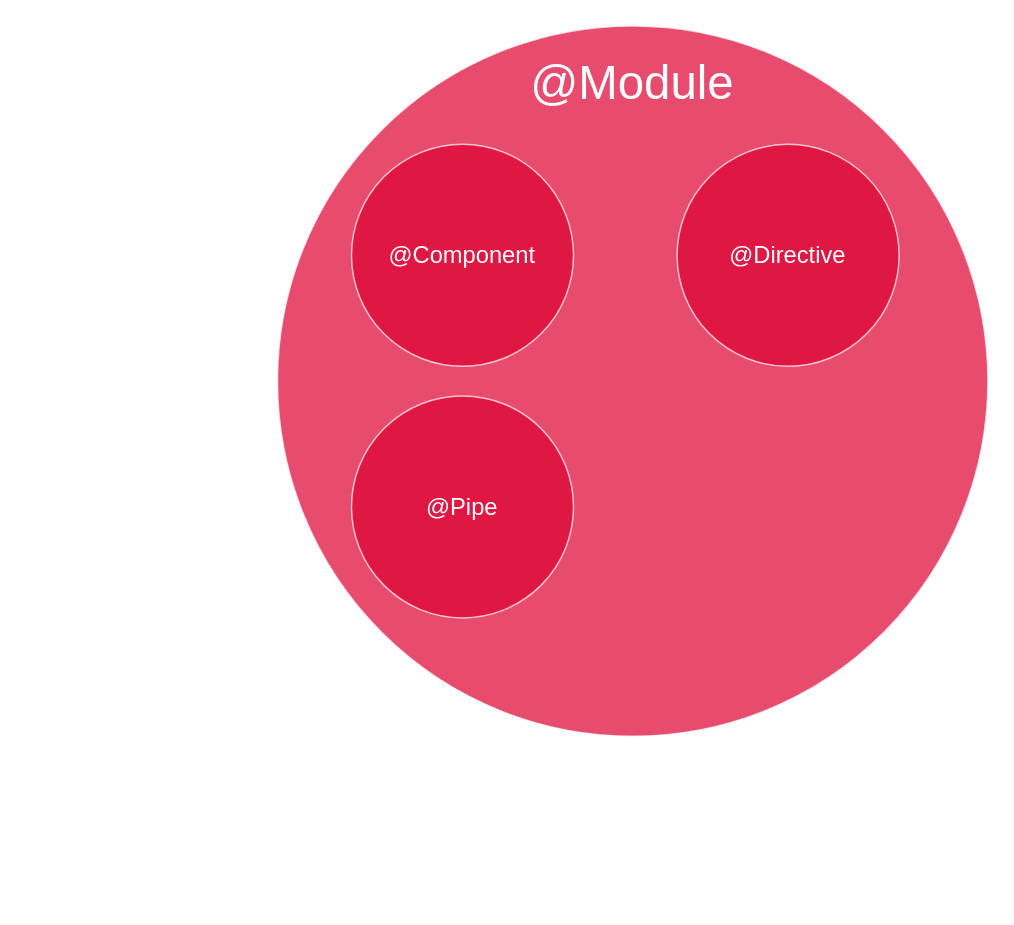
The draw.io diagram page "Angular" (4 of 5) of TypeScript.drawio in gjungb/Zeichnungen, before the edit. Source tidied: cells renumbered, new cells numbered last; positions are measured from the earlier drawing's top-left corner, leaving out a move shared by most shapes. Both pictures are drawn from the tidied source at 148%, with x=0, y=0 at pixel (277, 25).
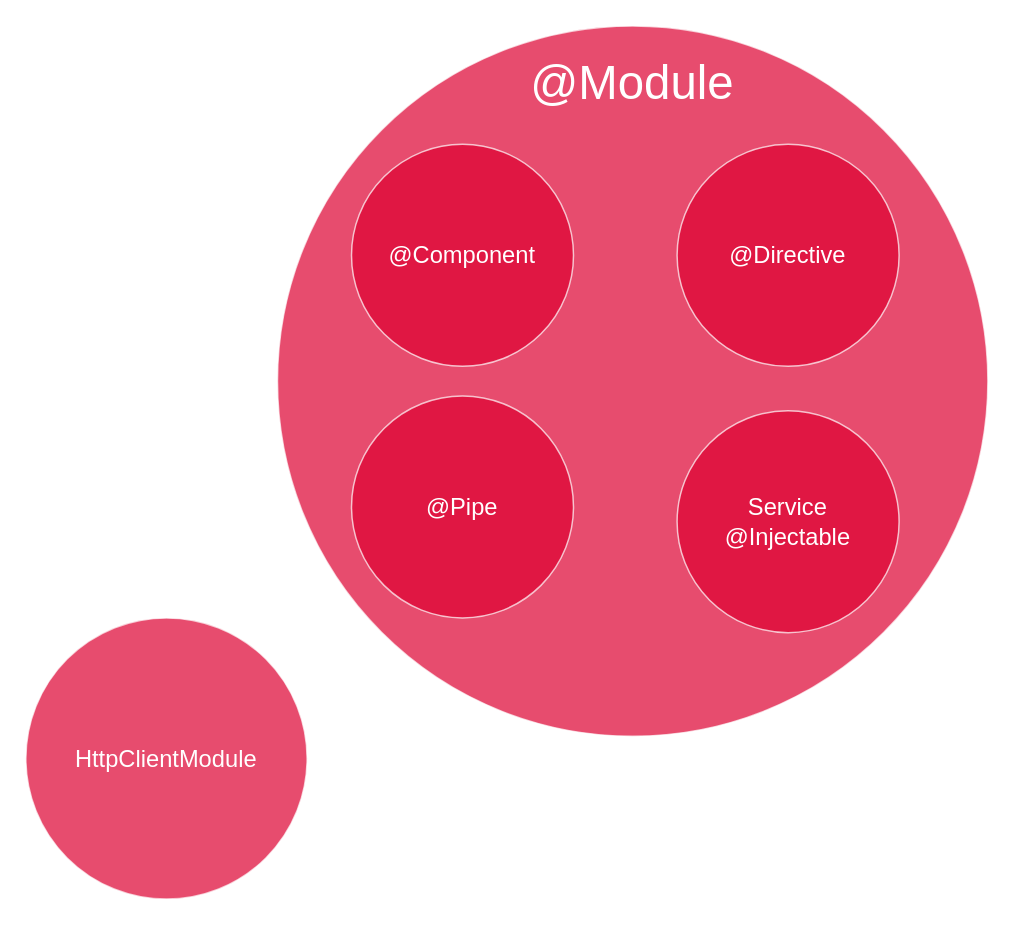
After the change.

What changed in the source:
```diff
@@
 <mxGraphModel>
   <root>
     <mxCell id="0" />
     <mxCell id="1" parent="0" />
     <mxCell id="2" value="@Module" style="ellipse;whiteSpace=wrap;html=1;fillColor=#DD0031;fontSize=32;fontColor=#FFFFFF;align=center;fontFamily=Fira Code;spacingRight=0;verticalAlign=top;spacing=15;strokeColor=#FFFFFF;opacity=70;" parent="1" vertex="1">
       <mxGeometry width="480" height="480" as="geometry" />
     </mxCell>
     <mxCell id="3" value="@Component" style="ellipse;whiteSpace=wrap;html=1;fillColor=#DD0031;fontSize=16;fontColor=#FFFFFF;align=center;fontFamily=Fira Code;spacingRight=0;verticalAlign=middle;spacing=15;strokeColor=#FFFFFF;opacity=70;" parent="1" vertex="1">
       <mxGeometry x="50" y="80" width="150" height="150" as="geometry" />
     </mxCell>
     <mxCell id="4" value="@Directive" style="ellipse;whiteSpace=wrap;html=1;fillColor=#DD0031;fontSize=16;fontColor=#FFFFFF;align=center;fontFamily=Fira Code;spacingRight=0;verticalAlign=middle;spacing=15;strokeColor=#FFFFFF;opacity=70;" parent="1" vertex="1">
       <mxGeometry x="270" y="80" width="150" height="150" as="geometry" />
     </mxCell>
     <mxCell id="5" value="@Pipe" style="ellipse;whiteSpace=wrap;html=1;fillColor=#DD0031;fontSize=16;fontColor=#FFFFFF;align=center;fontFamily=Fira Code;spacingRight=0;verticalAlign=middle;spacing=15;strokeColor=#FFFFFF;opacity=70;" parent="1" vertex="1">
       <mxGeometry x="50" y="250" width="150" height="150" as="geometry" />
     </mxCell>
+    <mxCell id="6" value="Service&lt;br&gt;@Injectable" style="ellipse;whiteSpace=wrap;html=1;fillColor=#DD0031;fontSize=16;fontColor=#FFFFFF;align=center;fontFamily=Fira Code;spacingRight=0;verticalAlign=middle;spacing=15;strokeColor=#FFFFFF;opacity=70;" parent="1" vertex="1">
+      <mxGeometry x="270" y="260" width="150" height="150" as="geometry" />
+    </mxCell>
+    <mxCell id="7" value="HttpClientModule" style="ellipse;whiteSpace=wrap;html=1;fillColor=#DD0031;fontSize=16;fontColor=#FFFFFF;align=center;fontFamily=Fira Code;spacingRight=0;verticalAlign=middle;spacing=15;strokeColor=#FFFFFF;opacity=70;" parent="1" vertex="1">
+      <mxGeometry x="-170" y="400" width="190" height="190" as="geometry" />
+    </mxCell>
   </root>
 </mxGraphModel>
```
